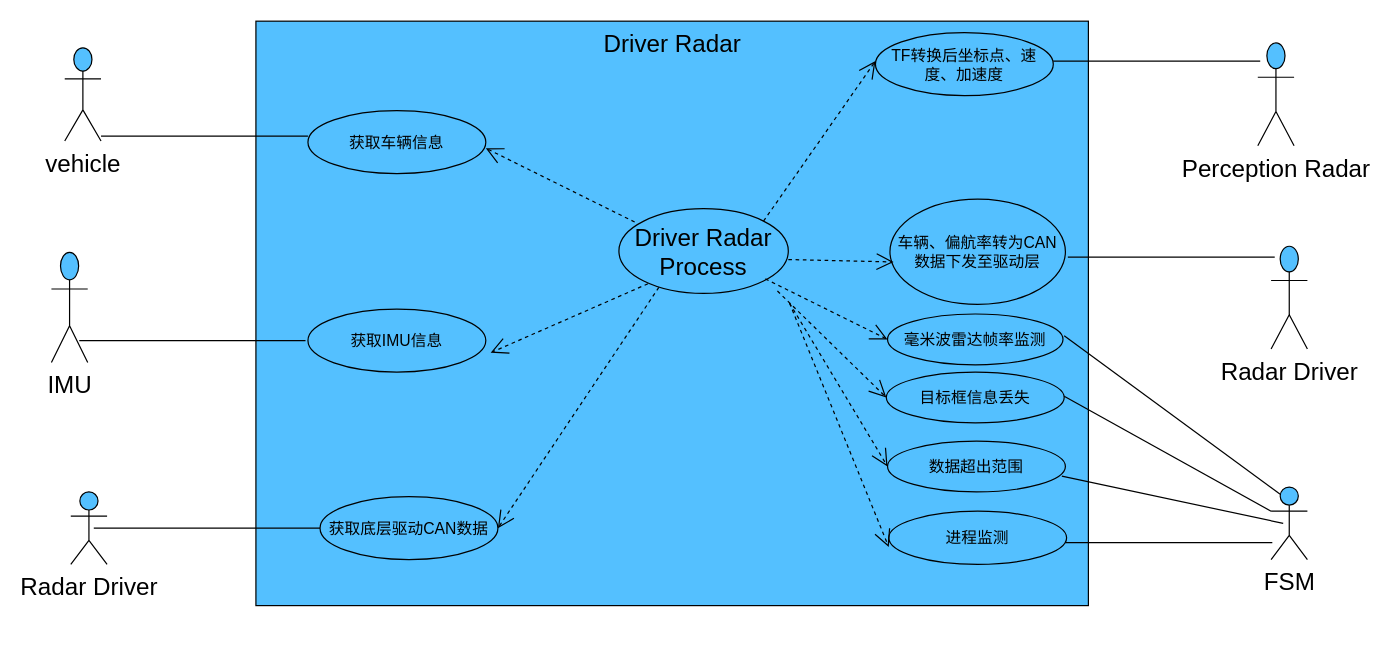
CodePorterW/DrawIo keeps this draw.io diagram as Radar用例图.drawio. Above is the earlier version. Source tidied: cells renumbered, new cells numbered last; positions are measured from the earlier drawing's top-left corner, leaving out a move shared by most shapes. Both pictures are drawn from the tidied source at 121%, with x=0, y=0 at pixel (51, 21).
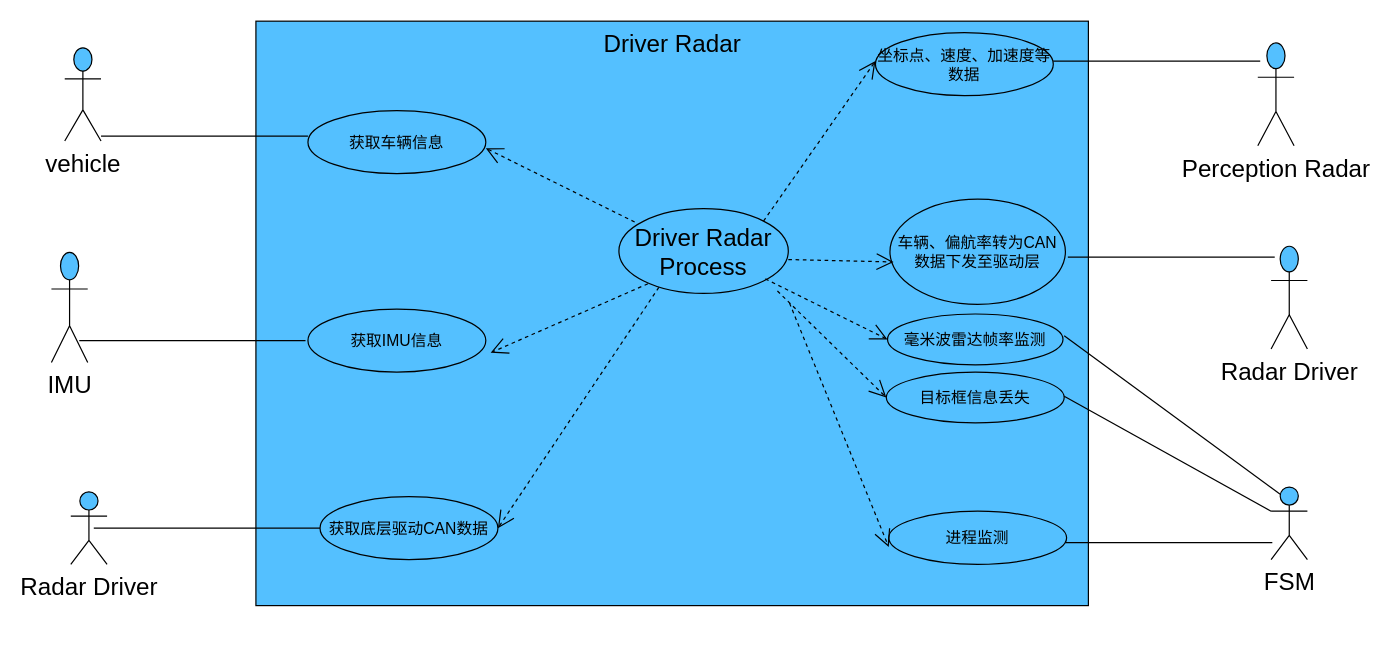
After the change.

Commit message:
更新Radar用例图.drawio

Change to the diagram source:
```diff
@@
-    <mxCell id="12" value="TF转换后坐标点、速度、加速度" style="ellipse;whiteSpace=wrap;html=1;fontSize=13;fillColor=#54C0FF;" parent="1" vertex="1">
+    <mxCell id="12" value="坐标点、速度、加速度等数据" style="ellipse;whiteSpace=wrap;html=1;fontSize=13;fillColor=#54C0FF;" parent="1" vertex="1">
       <mxGeometry x="681" y="9.5" width="147" height="52" as="geometry" />
     </mxCell>
@@
-    <mxCell id="32" value="数据超出范围" style="ellipse;whiteSpace=wrap;html=1;fontSize=13;fillColor=#54C0FF;" parent="1" vertex="1">
-      <mxGeometry x="691" y="347" width="147" height="42" as="geometry" />
-    </mxCell>
-    <mxCell id="33" style="endArrow=open;endSize=12;dashed=1;html=1;rounded=0;fontSize=13;entryX=0;entryY=0.5;entryDx=0;entryDy=0;fillColor=#54C0FF;" parent="1" edge="1" target="32">
-      <mxGeometry relative="1" as="geometry">
-        <mxPoint x="610" y="233" as="sourcePoint" />
-      </mxGeometry>
-    </mxCell>
@@
-    <mxCell id="36" style="endArrow=none;html=1;rounded=0;entryX=0;entryY=0.3333333333333333;entryDx=0;entryDy=0;entryPerimeter=0;exitX=0.98;exitY=0.69;exitDx=0;exitDy=0;exitPerimeter=0;fillColor=#54C0FF;" parent="1" edge="1" source="32">
-      <mxGeometry relative="1" as="geometry">
-        <mxPoint x="1018" y="415" as="targetPoint" />
-      </mxGeometry>
-    </mxCell>
```
